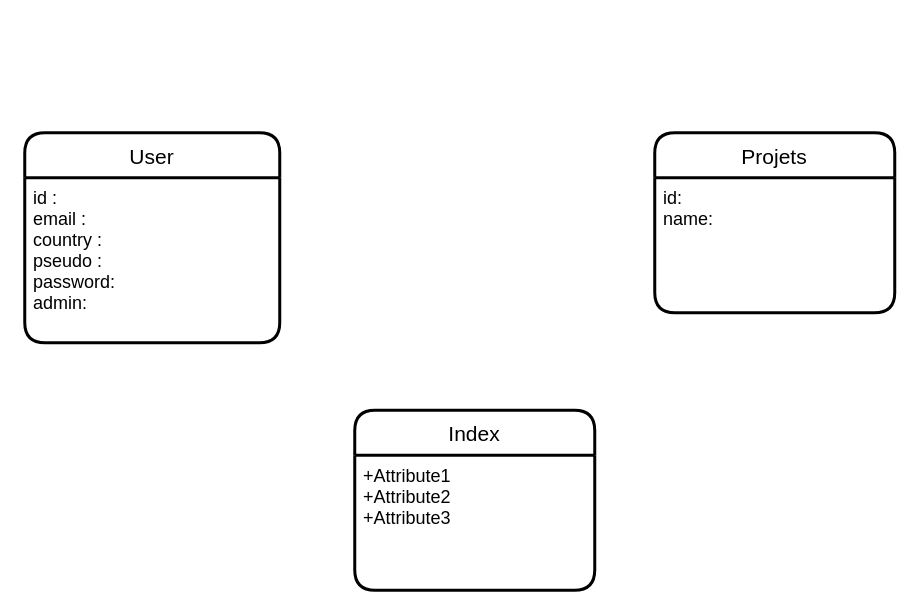
Earlier version of the draw.io diagram MCD Portfolio.drawio (Driikzz/PortFolioWithPHP). Source tidied: cells renumbered, new cells numbered last; positions are measured from the earlier drawing's top-left corner, leaving out a move shared by most shapes. Both pictures are drawn from the tidied source at 150%, with x=0, y=0 at pixel (24, 132).
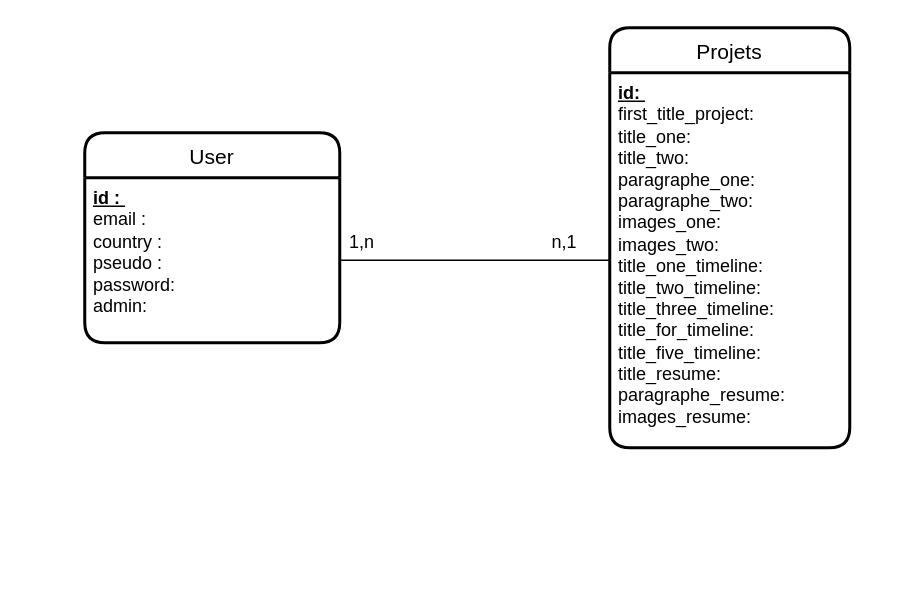
The same page after the edit.

Commit message:
Mettre à jour MCD Portfolio.drawio

Diff of the diagram source:
```diff
@@
 <mxGraphModel>
   <root>
     <mxCell id="0" />
     <mxCell id="1" parent="0" />
     <mxCell id="2" value="User" style="swimlane;horizontal=1;startSize=30;rounded=1;fontSize=14;fontStyle=0;strokeWidth=2;shadow=0;dashed=0;align=center;" parent="1" vertex="1">
-      <mxGeometry width="170" height="140" as="geometry" />
+      <mxGeometry x="40" width="170" height="140" as="geometry" />
     </mxCell>
-    <mxCell id="3" value="id : &#10;email :&#10;country : &#10;pseudo : &#10;password: &#10;admin: " style="align=left;strokeColor=none;fillColor=none;spacingLeft=4;fontSize=12;verticalAlign=top;" parent="2" vertex="1">
+    <mxCell id="3" value="&lt;div style=&quot;&quot;&gt;&lt;span style=&quot;background-color: initial;&quot;&gt;&lt;u&gt;&lt;b&gt;id :&amp;nbsp;&lt;/b&gt;&lt;/u&gt;&lt;/span&gt;&lt;/div&gt;email :&lt;br&gt;country :&amp;nbsp;&lt;br&gt;pseudo :&amp;nbsp;&lt;br&gt;password:&amp;nbsp;&lt;br&gt;admin:&amp;nbsp;" style="align=left;strokeColor=none;fillColor=none;spacingLeft=4;fontSize=12;verticalAlign=top;html=1;" parent="2" vertex="1">
       <mxGeometry y="30" width="170" height="110" as="geometry" />
     </mxCell>
     <mxCell id="4" value="Projets" style="swimlane;horizontal=1;startSize=30;rounded=1;fontSize=14;fontStyle=0;strokeWidth=2;shadow=0;dashed=0;align=center;" parent="1" vertex="1">
-      <mxGeometry x="420" width="160" height="120" as="geometry" />
+      <mxGeometry x="390" y="-70" width="160" height="280" as="geometry" />
     </mxCell>
-    <mxCell id="5" value="id: &#10;name: &#10; &#10;" style="align=left;strokeColor=none;fillColor=none;spacingLeft=4;fontSize=12;verticalAlign=top;" parent="4" vertex="1">
-      <mxGeometry y="30" width="160" height="90" as="geometry" />
+    <mxCell id="5" value="&lt;div style=&quot;&quot;&gt;&lt;span style=&quot;background-color: initial;&quot;&gt;&lt;u&gt;&lt;b&gt;id:&amp;nbsp;&lt;/b&gt;&lt;/u&gt;&lt;/span&gt;&lt;/div&gt;first_title_project:&lt;br&gt;title_one:&lt;br&gt;title_two:&lt;br&gt;paragraphe_one:&lt;br&gt;paragraphe_two:&lt;br&gt;images_one:&lt;br&gt;images_two:&lt;br&gt;title_one_timeline:&lt;br&gt;title_two_timeline:&lt;br&gt;title_three_timeline:&lt;br&gt;title_for_timeline:&lt;br&gt;title_five_timeline:&lt;br&gt;title_resume:&lt;br&gt;paragraphe_resume:&lt;br&gt;images_resume:&lt;br&gt;&lt;br&gt;&amp;nbsp;" style="align=left;strokeColor=none;fillColor=none;spacingLeft=4;fontSize=12;verticalAlign=top;html=1;" parent="4" vertex="1">
+      <mxGeometry y="30" width="160" height="250" as="geometry" />
     </mxCell>
-    <mxCell id="6" value="Index" style="swimlane;horizontal=1;startSize=30;rounded=1;fontSize=14;fontStyle=0;strokeWidth=2;shadow=0;dashed=0;align=center;" parent="1" vertex="1">
-      <mxGeometry x="220" y="185" width="160" height="120" as="geometry" />
-    </mxCell>
-    <mxCell id="7" value="+Attribute1&#10;+Attribute2&#10;+Attribute3" style="align=left;strokeColor=none;fillColor=none;spacingLeft=4;fontSize=12;verticalAlign=top;" parent="6" vertex="1">
-      <mxGeometry y="30" width="160" height="90" as="geometry" />
-    </mxCell>
+    <mxCell id="8" style="edgeStyle=orthogonalEdgeStyle;rounded=0;jettySize=auto;html=1;entryX=0;entryY=0.5;entryDx=0;entryDy=0;endArrow=none;endFill=0;" parent="1" edge="1" source="3" target="5">
+      <mxGeometry relative="1" as="geometry" />
+    </mxCell>
+    <mxCell id="9" value="1,n" style="text;html=1;strokeColor=none;fillColor=none;align=center;verticalAlign=middle;whiteSpace=wrap;rounded=0;" parent="1" vertex="1">
+      <mxGeometry x="200" y="60" width="50" height="25" as="geometry" />
+    </mxCell>
+    <mxCell id="10" value="n,1" style="text;html=1;strokeColor=none;fillColor=none;align=center;verticalAlign=middle;whiteSpace=wrap;rounded=0;" parent="1" vertex="1">
+      <mxGeometry x="330" y="57.5" width="60" height="30" as="geometry" />
+    </mxCell>
   </root>
 </mxGraphModel>
```
